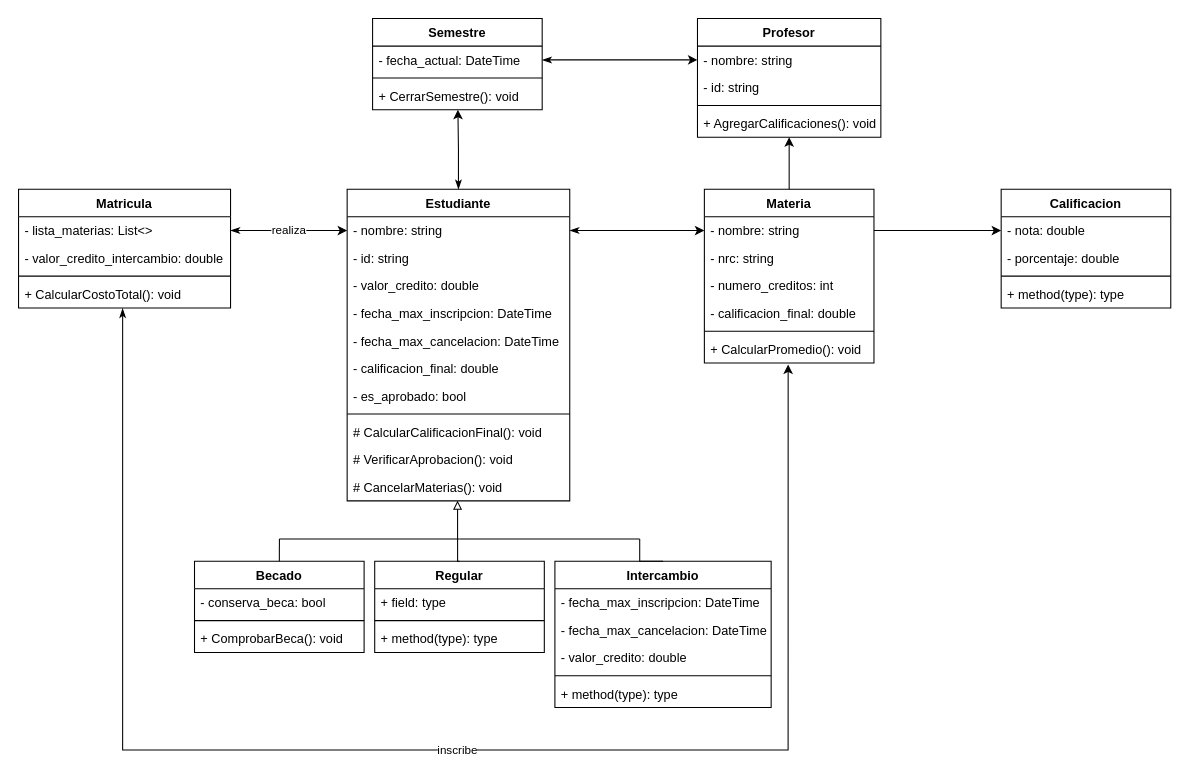
The draw.io diagram Diagrama UML.drawio in samuelperezh/sistema-universitario-poo, before the edit. Source tidied: cells renumbered, new cells numbered last; positions are measured from the earlier drawing's top-left corner, leaving out a move shared by most shapes. Both pictures are drawn from the tidied source at 106%, with x=0, y=0 at pixel (18, 18).
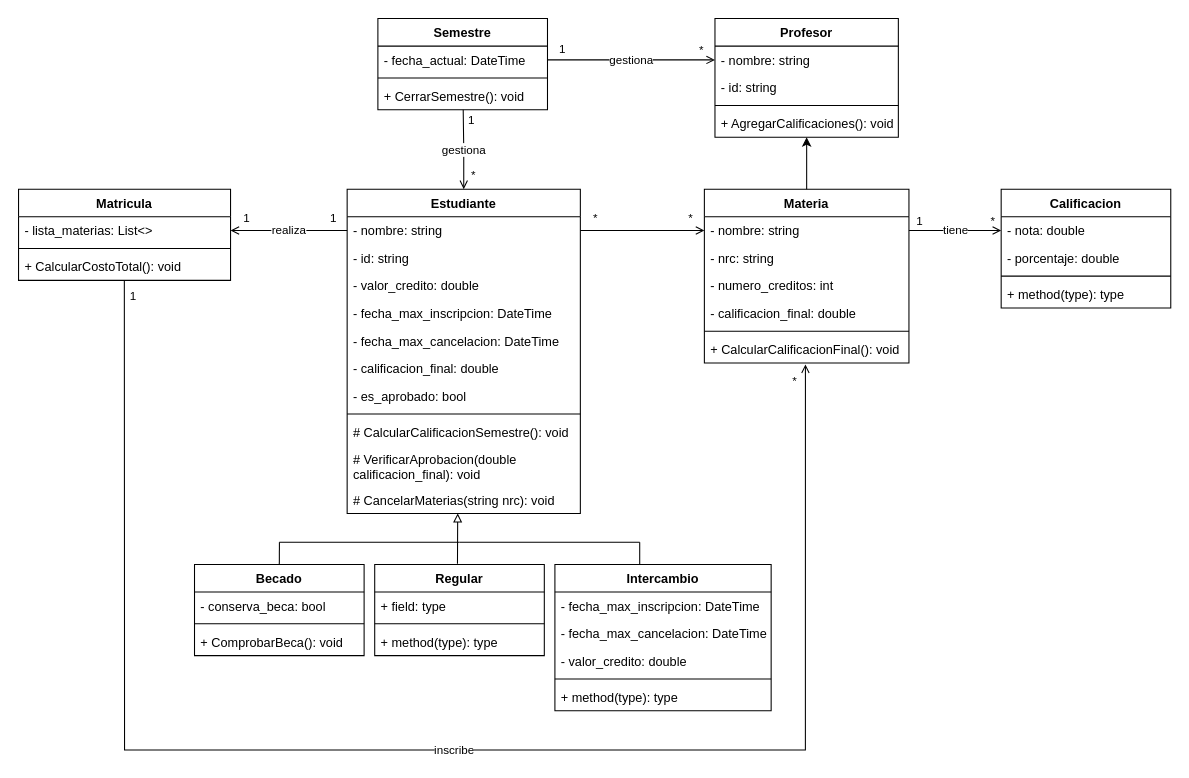
The same page after the edit.

Commit message:
Actualización Diagrama UML

Unchanged cells that the change refers to:
```xml
<mxCell id="16" value="- nota: double" style="text;strokeColor=none;fillColor=none;align=left;verticalAlign=top;spacingLeft=4;spacingRight=4;overflow=hidden;points=[[0,0.5],[1,0.5]];portConstraint=eastwest;" parent="15" vertex="1">
  <mxGeometry y="26" width="160" height="26" as="geometry" />
</mxCell>
<mxCell id="22" value="- lista_materias: List&lt;&gt;" style="text;strokeColor=none;fillColor=none;align=left;verticalAlign=top;spacingLeft=4;spacingRight=4;overflow=hidden;points=[[0,0.5],[1,0.5]];portConstraint=eastwest;" parent="21" vertex="1">
  <mxGeometry y="26" width="200" height="26" as="geometry" />
</mxCell>
<mxCell id="35" value="- fecha_actual: DateTime" style="text;strokeColor=none;fillColor=none;align=left;verticalAlign=top;spacingLeft=4;spacingRight=4;overflow=hidden;points=[[0,0.5],[1,0.5]];portConstraint=eastwest;" parent="34" vertex="1">
  <mxGeometry y="26" width="160" height="26" as="geometry" />
</mxCell>
<mxCell id="37" value="+ CerrarSemestre(): void" style="text;strokeColor=none;fillColor=none;align=left;verticalAlign=top;spacingLeft=4;spacingRight=4;overflow=hidden;points=[[0,0.5],[1,0.5]];portConstraint=eastwest;" parent="34" vertex="1">
  <mxGeometry y="60" width="160" height="26" as="geometry" />
</mxCell>
<mxCell id="39" value="- nombre: string" style="text;strokeColor=none;fillColor=none;align=left;verticalAlign=top;spacingLeft=4;spacingRight=4;overflow=hidden;points=[[0,0.5],[1,0.5]];portConstraint=eastwest;" parent="38" vertex="1">
  <mxGeometry y="26" width="173" height="26" as="geometry" />
</mxCell>
```

Change to the diagram source:
```diff
@@
-    <mxCell id="2" style="edgeStyle=orthogonalEdgeStyle;rounded=0;jettySize=auto;html=1;exitX=0.5;exitY=0;exitDx=0;exitDy=0;entryX=0.503;entryY=1;entryDx=0;entryDy=0;entryPerimeter=0;startArrow=classicThin;startFill=1;endArrow=classic;endFill=1;" parent="1" edge="1" source="3" target="37">
+    <mxCell id="2" value="gestiona" style="edgeStyle=orthogonalEdgeStyle;rounded=0;jettySize=auto;html=1;exitX=0.5;exitY=0;exitDx=0;exitDy=0;entryX=0.503;entryY=1;entryDx=0;entryDy=0;entryPerimeter=0;startArrow=open;startFill=0;endArrow=none;endFill=0;labelBackgroundColor=default;fontStyle=0;" parent="1" edge="1" source="3" target="37">
       <mxGeometry relative="1" as="geometry" />
     </mxCell>
+    <mxCell id="70" value="1" style="edgeLabel;html=1;align=center;verticalAlign=middle;labelBackgroundColor=none;" parent="2" vertex="1">
+      <mxGeometry x="0.79" y="-1" relative="1" as="geometry">
+        <mxPoint x="6" y="2" as="offset" />
+      </mxGeometry>
+    </mxCell>
+    <mxCell id="71" value="*" style="edgeLabel;html=1;align=center;verticalAlign=middle;labelBackgroundColor=none;" parent="2" vertex="1">
+      <mxGeometry x="-0.7" relative="1" as="geometry">
+        <mxPoint x="8" y="-3" as="offset" />
+      </mxGeometry>
+    </mxCell>
     <mxCell id="3" value="Estudiante" style="swimlane;fontStyle=1;align=center;verticalAlign=top;horizontal=1;startSize=26;fillColor=none;" parent="1" vertex="1">
-      <mxGeometry x="310" y="161" width="210" height="294" as="geometry" />
+      <mxGeometry x="310" y="161" width="220" height="306" as="geometry" />
     </mxCell>
     <mxCell id="4" value="- nombre: string" style="text;strokeColor=none;fillColor=none;align=left;verticalAlign=top;spacingLeft=4;spacingRight=4;overflow=hidden;points=[[0,0.5],[1,0.5]];portConstraint=eastwest;" parent="3" vertex="1">
-      <mxGeometry y="26" width="210" height="26" as="geometry" />
+      <mxGeometry y="26" width="220" height="26" as="geometry" />
     </mxCell>
     <mxCell id="5" value="- id: string" style="text;strokeColor=none;fillColor=none;align=left;verticalAlign=top;spacingLeft=4;spacingRight=4;overflow=hidden;" parent="3" vertex="1">
-      <mxGeometry y="52" width="210" height="26" as="geometry" />
+      <mxGeometry y="52" width="220" height="26" as="geometry" />
     </mxCell>
     <mxCell id="6" value="- valor_credito: double" style="text;strokeColor=none;fillColor=none;align=left;verticalAlign=top;spacingLeft=4;spacingRight=4;overflow=hidden;" parent="3" vertex="1">
-      <mxGeometry y="78" width="210" height="26" as="geometry" />
+      <mxGeometry y="78" width="220" height="26" as="geometry" />
     </mxCell>
     <mxCell id="7" value="- fecha_max_inscripcion: DateTime" style="text;strokeColor=none;fillColor=none;align=left;verticalAlign=top;spacingLeft=4;spacingRight=4;overflow=hidden;" parent="3" vertex="1">
-      <mxGeometry y="104" width="210" height="26" as="geometry" />
+      <mxGeometry y="104" width="220" height="26" as="geometry" />
     </mxCell>
     <mxCell id="8" value="- fecha_max_cancelacion: DateTime" style="text;strokeColor=none;fillColor=none;align=left;verticalAlign=top;spacingLeft=4;spacingRight=4;overflow=hidden;" parent="3" vertex="1">
-      <mxGeometry y="130" width="210" height="26" as="geometry" />
+      <mxGeometry y="130" width="220" height="26" as="geometry" />
     </mxCell>
     <mxCell id="9" value="- calificacion_final: double" style="text;strokeColor=none;fillColor=none;align=left;verticalAlign=top;spacingLeft=4;spacingRight=4;overflow=hidden;" parent="3" vertex="1">
-      <mxGeometry y="156" width="210" height="26" as="geometry" />
+      <mxGeometry y="156" width="220" height="26" as="geometry" />
     </mxCell>
     <mxCell id="10" value="- es_aprobado: bool" style="text;strokeColor=none;fillColor=none;align=left;verticalAlign=top;spacingLeft=4;spacingRight=4;overflow=hidden;" parent="3" vertex="1">
-      <mxGeometry y="182" width="210" height="26" as="geometry" />
+      <mxGeometry y="182" width="220" height="26" as="geometry" />
     </mxCell>
     <mxCell id="11" style="line;strokeWidth=1;fillColor=none;align=left;verticalAlign=middle;spacingTop=-1;spacingLeft=3;spacingRight=3;labelPosition=right;" parent="3" vertex="1">
-      <mxGeometry y="208" width="210" height="8" as="geometry" />
+      <mxGeometry y="208" width="220" height="8" as="geometry" />
     </mxCell>
-    <mxCell id="12" value="# CalcularCalificacionFinal(): void" style="text;strokeColor=none;fillColor=none;align=left;verticalAlign=top;spacingLeft=4;spacingRight=4;overflow=hidden;" parent="3" vertex="1">
-      <mxGeometry y="216" width="210" height="26" as="geometry" />
+    <mxCell id="12" value="# CalcularCalificacionSemestre(): void" style="text;strokeColor=none;fillColor=none;align=left;verticalAlign=top;spacingLeft=4;spacingRight=4;overflow=hidden;" parent="3" vertex="1">
+      <mxGeometry y="216" width="220" height="26" as="geometry" />
     </mxCell>
-    <mxCell id="13" value="# VerificarAprobacion(): void" style="text;strokeColor=none;fillColor=none;align=left;verticalAlign=top;spacingLeft=4;spacingRight=4;overflow=hidden;" parent="3" vertex="1">
-      <mxGeometry y="242" width="210" height="26" as="geometry" />
+    <mxCell id="13" value="# VerificarAprobacion(double &#10;calificacion_final): void" style="text;strokeColor=none;fillColor=none;align=left;verticalAlign=top;spacingLeft=4;spacingRight=4;overflow=hidden;" parent="3" vertex="1">
+      <mxGeometry y="242" width="220" height="38" as="geometry" />
     </mxCell>
-    <mxCell id="14" value="# CancelarMaterias(): void" style="text;strokeColor=none;fillColor=none;align=left;verticalAlign=top;spacingLeft=4;spacingRight=4;overflow=hidden;points=[[0,0.5],[1,0.5]];portConstraint=eastwest;" parent="3" vertex="1">
-      <mxGeometry y="268" width="210" height="26" as="geometry" />
+    <mxCell id="14" value="# CancelarMaterias(string nrc): void" style="text;strokeColor=none;fillColor=none;align=left;verticalAlign=top;spacingLeft=4;spacingRight=4;overflow=hidden;points=[[0,0.5],[1,0.5]];portConstraint=eastwest;" parent="3" vertex="1">
+      <mxGeometry y="280" width="220" height="26" as="geometry" />
     </mxCell>
@@
-    <mxCell id="20" value="inscribe" style="edgeStyle=orthogonalEdgeStyle;rounded=0;jettySize=auto;html=1;startArrow=classicThin;startFill=1;endArrow=classic;endFill=1;exitX=0.491;exitY=1.016;exitDx=0;exitDy=0;exitPerimeter=0;entryX=0.494;entryY=1.051;entryDx=0;entryDy=0;entryPerimeter=0;" parent="1" edge="1" source="25" target="33">
+    <mxCell id="20" value="inscribe" style="edgeStyle=orthogonalEdgeStyle;rounded=0;jettySize=auto;html=1;startArrow=none;startFill=0;endArrow=open;endFill=0;entryX=0.494;entryY=1.051;entryDx=0;entryDy=0;entryPerimeter=0;exitX=0.499;exitY=1.022;exitDx=0;exitDy=0;exitPerimeter=0;" parent="1" edge="1" source="25" target="33">
       <mxGeometry x="0.04" relative="1" as="geometry">
         <Array as="points">
-          <mxPoint x="98" y="690" />
-          <mxPoint x="726" y="690" />
+          <mxPoint x="100" y="260" />
+          <mxPoint x="100" y="260" />
+          <mxPoint x="100" y="690" />
+          <mxPoint x="742" y="690" />
         </Array>
       </mxGeometry>
     </mxCell>
+    <mxCell id="72" value="1" style="edgeLabel;html=1;align=center;verticalAlign=middle;labelBackgroundColor=none;" parent="20" vertex="1">
+      <mxGeometry x="-0.98" y="-2" relative="1" as="geometry">
+        <mxPoint x="10" as="offset" />
+      </mxGeometry>
+    </mxCell>
+    <mxCell id="73" value="*" style="edgeLabel;html=1;align=center;verticalAlign=middle;labelBackgroundColor=none;" parent="20" vertex="1">
+      <mxGeometry x="0.98" relative="1" as="geometry">
+        <mxPoint x="-11" y="1" as="offset" />
+      </mxGeometry>
+    </mxCell>
     <mxCell id="21" value="Matricula" style="swimlane;fontStyle=1;align=center;verticalAlign=top;horizontal=1;startSize=26;fillColor=none;" parent="1" vertex="1">
-      <mxGeometry y="161" width="200" height="112" as="geometry" />
+      <mxGeometry y="161" width="200" height="86" as="geometry" />
     </mxCell>
@@
-    <mxCell id="23" value="- valor_credito_intercambio: double" style="text;strokeColor=none;fillColor=none;align=left;verticalAlign=top;spacingLeft=4;spacingRight=4;overflow=hidden;" parent="21" vertex="1">
-      <mxGeometry y="52" width="200" height="26" as="geometry" />
-    </mxCell>
     <mxCell id="24" style="line;strokeWidth=1;fillColor=none;align=left;verticalAlign=middle;spacingTop=-1;spacingLeft=3;spacingRight=3;labelPosition=right;" parent="21" vertex="1">
-      <mxGeometry y="78" width="200" height="8" as="geometry" />
+      <mxGeometry y="52" width="200" height="8" as="geometry" />
     </mxCell>
     <mxCell id="25" value="+ CalcularCostoTotal(): void" style="text;strokeColor=none;fillColor=none;align=left;verticalAlign=top;spacingLeft=4;spacingRight=4;overflow=hidden;points=[[0,0.5],[1,0.5]];portConstraint=eastwest;" parent="21" vertex="1">
-      <mxGeometry y="86" width="200" height="26" as="geometry" />
+      <mxGeometry y="60" width="200" height="26" as="geometry" />
     </mxCell>
@@
     <mxCell id="27" value="Materia" style="swimlane;fontStyle=1;align=center;verticalAlign=top;horizontal=1;startSize=26;fillColor=none;" parent="1" vertex="1">
-      <mxGeometry x="647" y="161" width="160" height="164" as="geometry" />
+      <mxGeometry x="647" y="161" width="193" height="164" as="geometry" />
     </mxCell>
     <mxCell id="28" value="- nombre: string" style="text;strokeColor=none;fillColor=none;align=left;verticalAlign=top;spacingLeft=4;spacingRight=4;overflow=hidden;points=[[0,0.5],[1,0.5]];portConstraint=eastwest;" parent="27" vertex="1">
-      <mxGeometry y="26" width="160" height="26" as="geometry" />
+      <mxGeometry y="26" width="193" height="26" as="geometry" />
     </mxCell>
     <mxCell id="29" value="- nrc: string" style="text;strokeColor=none;fillColor=none;align=left;verticalAlign=top;spacingLeft=4;spacingRight=4;overflow=hidden;" parent="27" vertex="1">
-      <mxGeometry y="52" width="160" height="26" as="geometry" />
+      <mxGeometry y="52" width="193" height="26" as="geometry" />
     </mxCell>
     <mxCell id="30" value="- numero_creditos: int" style="text;strokeColor=none;fillColor=none;align=left;verticalAlign=top;spacingLeft=4;spacingRight=4;overflow=hidden;" parent="27" vertex="1">
-      <mxGeometry y="78" width="160" height="26" as="geometry" />
+      <mxGeometry y="78" width="193" height="26" as="geometry" />
     </mxCell>
     <mxCell id="31" value="- calificacion_final: double" style="text;strokeColor=none;fillColor=none;align=left;verticalAlign=top;spacingLeft=4;spacingRight=4;overflow=hidden;" parent="27" vertex="1">
-      <mxGeometry y="104" width="160" height="26" as="geometry" />
+      <mxGeometry y="104" width="193" height="26" as="geometry" />
     </mxCell>
     <mxCell id="32" style="line;strokeWidth=1;fillColor=none;align=left;verticalAlign=middle;spacingTop=-1;spacingLeft=3;spacingRight=3;labelPosition=right;" parent="27" vertex="1">
-      <mxGeometry y="130" width="160" height="8" as="geometry" />
+      <mxGeometry y="130" width="193" height="8" as="geometry" />
     </mxCell>
-    <mxCell id="33" value="+ CalcularPromedio(): void" style="text;strokeColor=none;fillColor=none;align=left;verticalAlign=top;spacingLeft=4;spacingRight=4;overflow=hidden;points=[[0,0.5],[1,0.5]];portConstraint=eastwest;" parent="27" vertex="1">
-      <mxGeometry y="138" width="160" height="26" as="geometry" />
+    <mxCell id="33" value="+ CalcularCalificacionFinal(): void" style="text;strokeColor=none;fillColor=none;align=left;verticalAlign=top;spacingLeft=4;spacingRight=4;overflow=hidden;points=[[0,0.5],[1,0.5]];portConstraint=eastwest;" parent="27" vertex="1">
+      <mxGeometry y="138" width="193" height="26" as="geometry" />
     </mxCell>
     <mxCell id="34" value="Semestre" style="swimlane;fontStyle=1;align=center;verticalAlign=top;horizontal=1;startSize=26;fillColor=none;" parent="1" vertex="1">
-      <mxGeometry x="334" width="160" height="86" as="geometry" />
+      <mxGeometry x="339" width="160" height="86" as="geometry" />
     </mxCell>
@@
     <mxCell id="38" value="Profesor" style="swimlane;fontStyle=1;align=center;verticalAlign=top;horizontal=1;startSize=26;fillColor=none;" parent="1" vertex="1">
-      <mxGeometry x="640.5" width="173" height="112" as="geometry" />
+      <mxGeometry x="657" width="173" height="112" as="geometry" />
     </mxCell>
@@
     <mxCell id="43" value="Becado" style="swimlane;fontStyle=1;align=center;verticalAlign=top;horizontal=1;startSize=26;fillColor=none;" parent="1" vertex="1">
-      <mxGeometry x="166" y="512" width="160" height="86" as="geometry" />
+      <mxGeometry x="166" y="515" width="160" height="86" as="geometry" />
     </mxCell>
@@
-    <mxCell id="47" style="edgeStyle=orthogonalEdgeStyle;rounded=0;jettySize=auto;html=1;exitX=0.5;exitY=0;exitDx=0;exitDy=0;entryX=0.496;entryY=0.994;entryDx=0;entryDy=0;endArrow=block;endFill=0;strokeWidth=1;entryPerimeter=0;" parent="1" edge="1" target="14">
+    <mxCell id="47" style="edgeStyle=orthogonalEdgeStyle;rounded=0;jettySize=auto;html=1;entryX=0.474;entryY=0.993;entryDx=0;entryDy=0;endArrow=block;endFill=0;strokeWidth=1;entryPerimeter=0;exitX=0.488;exitY=-0.008;exitDx=0;exitDy=0;exitPerimeter=0;" parent="1" edge="1" source="48" target="14">
       <mxGeometry relative="1" as="geometry">
-        <mxPoint x="416" y="512" as="sourcePoint" />
         <Array as="points">
-          <mxPoint x="414" y="512" />
+          <mxPoint x="414" y="510" />
+          <mxPoint x="414" y="510" />
         </Array>
       </mxGeometry>
     </mxCell>
     <mxCell id="48" value="Regular" style="swimlane;fontStyle=1;align=center;verticalAlign=top;horizontal=1;startSize=26;fillColor=none;" parent="1" vertex="1">
-      <mxGeometry x="336" y="512" width="160" height="86" as="geometry" />
+      <mxGeometry x="336" y="515" width="160" height="86" as="geometry" />
     </mxCell>
@@
     <mxCell id="52" value="Intercambio" style="swimlane;fontStyle=1;align=center;verticalAlign=top;horizontal=1;startSize=26;fillColor=none;" parent="1" vertex="1">
-      <mxGeometry x="506" y="512" width="204" height="138" as="geometry" />
+      <mxGeometry x="506" y="515" width="204" height="138" as="geometry" />
     </mxCell>
@@
     <mxCell id="58" style="group;" parent="1" vertex="1">
-      <mxGeometry x="416" y="491" width="170" as="geometry" />
+      <mxGeometry x="416" y="494" width="170" as="geometry" />
     </mxCell>
@@
     <mxCell id="61" style="group;" parent="1" vertex="1">
-      <mxGeometry x="246" y="491" width="170" as="geometry" />
+      <mxGeometry x="246" y="494" width="170" as="geometry" />
     </mxCell>
@@
-    <mxCell id="66" style="edgeStyle=orthogonalEdgeStyle;rounded=0;jettySize=auto;html=1;exitX=1;exitY=0.5;exitDx=0;exitDy=0;entryX=0;entryY=0.5;entryDx=0;entryDy=0;" parent="1" edge="1" source="28" target="16">
+    <mxCell id="66" value="tiene" style="edgeStyle=orthogonalEdgeStyle;rounded=0;jettySize=auto;html=1;exitX=1;exitY=0.5;exitDx=0;exitDy=0;entryX=0;entryY=0.5;entryDx=0;entryDy=0;endArrow=open;endFill=0;" parent="1" edge="1" source="28" target="16">
       <mxGeometry relative="1" as="geometry" />
     </mxCell>
+    <mxCell id="74" value="1" style="edgeLabel;html=1;align=center;verticalAlign=middle;labelBackgroundColor=none;" parent="66" vertex="1">
+      <mxGeometry x="-0.8" y="2" relative="1" as="geometry">
+        <mxPoint y="-8" as="offset" />
+      </mxGeometry>
+    </mxCell>
+    <mxCell id="75" value="*" style="edgeLabel;html=1;align=center;verticalAlign=middle;labelBackgroundColor=none;" parent="66" vertex="1">
+      <mxGeometry x="0.69" relative="1" as="geometry">
+        <mxPoint x="4" y="-10" as="offset" />
+      </mxGeometry>
+    </mxCell>
-    <mxCell id="67" value="realiza" style="edgeStyle=orthogonalEdgeStyle;rounded=0;jettySize=auto;html=1;exitX=1;exitY=0.5;exitDx=0;exitDy=0;entryX=0;entryY=0.5;entryDx=0;entryDy=0;startArrow=classicThin;startFill=1;endArrow=classic;endFill=1;" parent="1" edge="1" source="22" target="4">
+    <mxCell id="67" value="realiza" style="edgeStyle=orthogonalEdgeStyle;rounded=0;jettySize=auto;html=1;exitX=1;exitY=0.5;exitDx=0;exitDy=0;entryX=0;entryY=0.5;entryDx=0;entryDy=0;startArrow=open;startFill=0;endArrow=none;endFill=0;" parent="1" edge="1" source="22" target="4">
       <mxGeometry relative="1" as="geometry">
         <Array as="points">
           <mxPoint x="300" y="200" />
           <mxPoint x="300" y="200" />
         </Array>
       </mxGeometry>
     </mxCell>
+    <mxCell id="76" value="1" style="edgeLabel;html=1;align=center;verticalAlign=middle;" parent="67" vertex="1">
+      <mxGeometry x="-0.75" relative="1" as="geometry">
+        <mxPoint y="-13" as="offset" />
+      </mxGeometry>
+    </mxCell>
+    <mxCell id="77" value="1" style="edgeLabel;html=1;align=center;verticalAlign=middle;labelBackgroundColor=none;" parent="67" vertex="1">
+      <mxGeometry x="0.74" relative="1" as="geometry">
+        <mxPoint y="-13" as="offset" />
+      </mxGeometry>
+    </mxCell>
-    <mxCell id="68" style="edgeStyle=orthogonalEdgeStyle;rounded=0;jettySize=auto;html=1;exitX=1;exitY=0.5;exitDx=0;exitDy=0;entryX=0;entryY=0.5;entryDx=0;entryDy=0;startArrow=classicThin;startFill=1;endArrow=classic;endFill=1;" parent="1" edge="1" source="35" target="39">
+    <mxCell id="68" value="gestiona" style="edgeStyle=orthogonalEdgeStyle;rounded=0;jettySize=auto;html=1;exitX=1;exitY=0.5;exitDx=0;exitDy=0;entryX=0;entryY=0.5;entryDx=0;entryDy=0;startArrow=none;startFill=0;endArrow=open;endFill=0;" parent="1" edge="1" source="35" target="39">
       <mxGeometry relative="1" as="geometry" />
     </mxCell>
+    <mxCell id="78" value="1" style="edgeLabel;html=1;align=center;verticalAlign=middle;labelBackgroundColor=none;" parent="68" vertex="1">
+      <mxGeometry x="-0.81" y="-2" relative="1" as="geometry">
+        <mxPoint x="-2" y="-13" as="offset" />
+      </mxGeometry>
+    </mxCell>
+    <mxCell id="79" value="*" style="edgeLabel;html=1;align=center;verticalAlign=middle;labelBackgroundColor=none;" parent="68" vertex="1">
+      <mxGeometry x="0.82" relative="1" as="geometry">
+        <mxPoint y="-10" as="offset" />
+      </mxGeometry>
+    </mxCell>
-    <mxCell id="69" style="edgeStyle=orthogonalEdgeStyle;rounded=0;jettySize=auto;html=1;exitX=1;exitY=0.5;exitDx=0;exitDy=0;startArrow=classicThin;startFill=1;endArrow=classic;endFill=1;entryX=0;entryY=0.5;entryDx=0;entryDy=0;" parent="1" edge="1" source="4" target="28">
+    <mxCell id="69" style="edgeStyle=orthogonalEdgeStyle;rounded=0;jettySize=auto;html=1;exitX=1;exitY=0.5;exitDx=0;exitDy=0;startArrow=none;startFill=0;endArrow=open;endFill=0;entryX=0;entryY=0.5;entryDx=0;entryDy=0;" parent="1" edge="1" source="4" target="28">
       <mxGeometry relative="1" as="geometry" />
     </mxCell>
+    <mxCell id="80" value="*" style="edgeLabel;html=1;align=center;verticalAlign=middle;labelBackgroundColor=none;" parent="69" vertex="1">
+      <mxGeometry x="-0.77" y="-1" relative="1" as="geometry">
+        <mxPoint y="-14" as="offset" />
+      </mxGeometry>
+    </mxCell>
+    <mxCell id="81" value="*" style="edgeLabel;html=1;align=center;verticalAlign=middle;labelBackgroundColor=none;" parent="69" vertex="1">
+      <mxGeometry x="0.76" relative="1" as="geometry">
+        <mxPoint y="-13" as="offset" />
+      </mxGeometry>
+    </mxCell>
```
